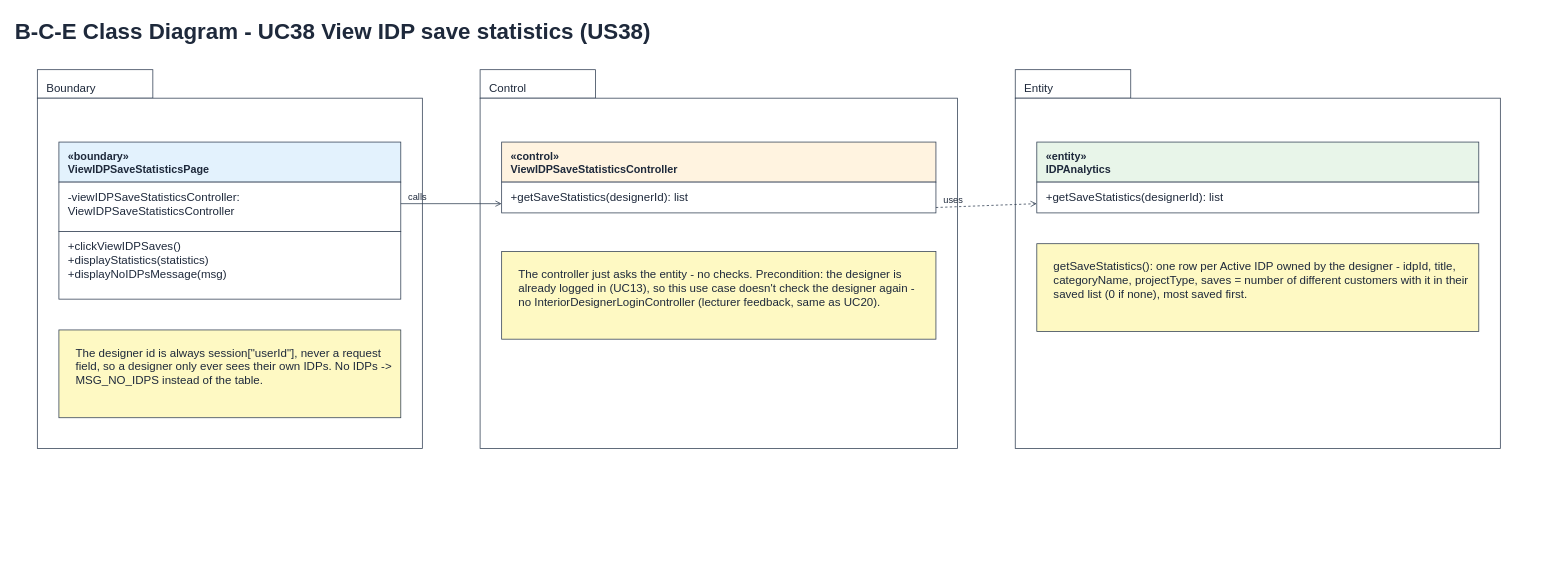
Hanzxc/CSIT314-ARCHSS keeps this draw.io diagram as page "5 BCE Class Diagram" (4 of 5) of Sprint_5/US38 - View IDP Save Statistics/US38 View IDP save statistics.drawio. Above is the earlier version. Source tidied: cells renumbered, new cells numbered last; positions are measured from the earlier drawing's top-left corner, leaving out a move shared by most shapes. Both pictures are drawn from the tidied source at 77%, with x=0, y=0 at pixel (13, 13).
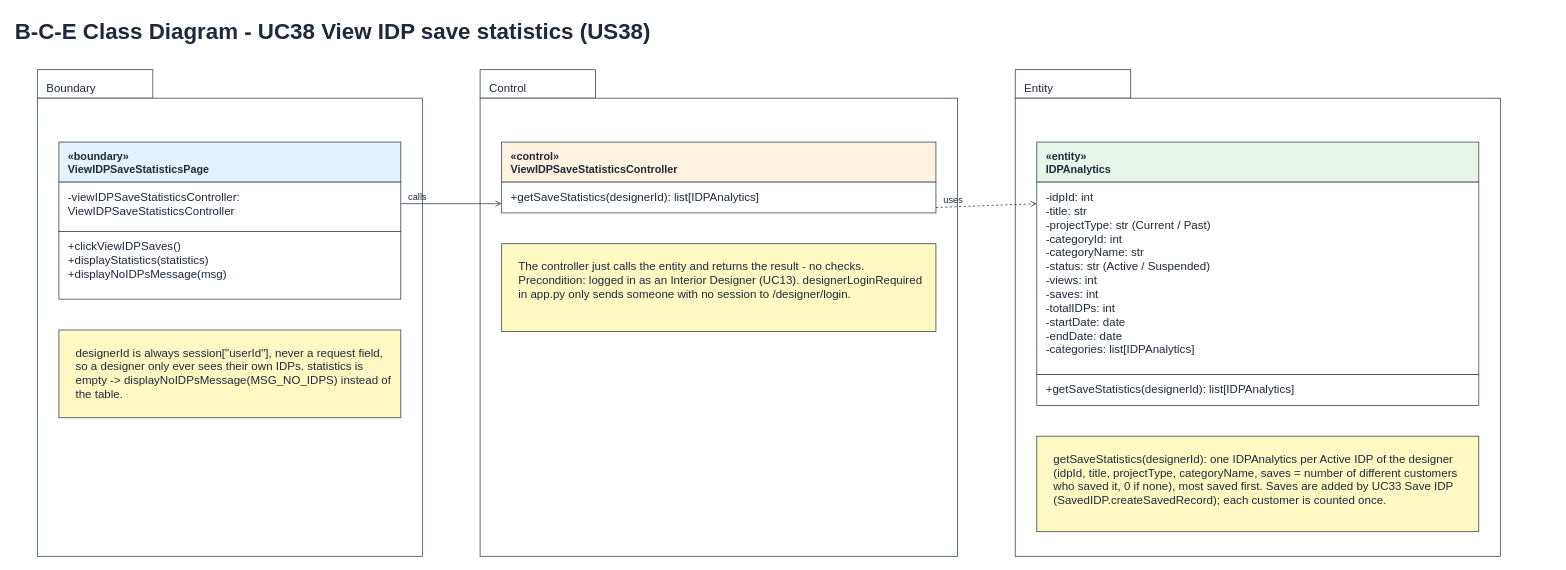
The same page after the edit.

Change to the diagram source:
```diff
@@
     <mxCell id="3" style="rounded=0;whiteSpace=wrap;html=1;fillColor=#ffffff;strokeColor=#334155;align=left;verticalAlign=top;spacingLeft=10;spacingTop=4;fontSize=15;fontColor=#1e293b;" parent="1" vertex="1">
-      <mxGeometry x="1301" y="110" width="630" height="455" as="geometry" />
+      <mxGeometry x="1301" y="110" width="630" height="595" as="geometry" />
     </mxCell>
@@
     <mxCell id="5" style="rounded=0;whiteSpace=wrap;html=1;fillColor=#ffffff;strokeColor=#334155;align=left;verticalAlign=top;spacingLeft=10;spacingTop=4;fontSize=15;fontColor=#1e293b;" parent="1" vertex="1">
-      <mxGeometry x="606" y="110" width="620" height="455" as="geometry" />
+      <mxGeometry x="606" y="110" width="620" height="595" as="geometry" />
     </mxCell>
@@
     <mxCell id="7" style="rounded=0;whiteSpace=wrap;html=1;fillColor=#ffffff;strokeColor=#334155;align=left;verticalAlign=top;spacingLeft=10;spacingTop=4;fontSize=15;fontColor=#1e293b;" parent="1" vertex="1">
-      <mxGeometry x="31" y="110" width="500" height="455" as="geometry" />
+      <mxGeometry x="31" y="110" width="500" height="595" as="geometry" />
     </mxCell>
@@
-    <mxCell id="12" value="The designer id is always session[&quot;userId&quot;], never a request field, so a designer only ever sees their own IDPs. No IDPs -&gt; MSG_NO_IDPS instead of the table." style="rounded=0;whiteSpace=wrap;html=1;fillColor=#fef9c3;strokeColor=#334155;align=left;verticalAlign=top;spacingLeft=10;spacingTop=4;fontSize=15;fontColor=#1e293b;whiteSpace=wrap;spacing=12;" parent="1" vertex="1">
+    <mxCell id="12" value="designerId is always session[&quot;userId&quot;], never a request field, so a designer only ever sees their own IDPs. statistics is empty -&gt; displayNoIDPsMessage(MSG_NO_IDPS) instead of the table." style="rounded=0;whiteSpace=wrap;html=1;fillColor=#fef9c3;strokeColor=#334155;align=left;verticalAlign=top;spacingLeft=10;spacingTop=4;fontSize=15;fontColor=#1e293b;whiteSpace=wrap;spacing=12;" parent="1" vertex="1">
       <mxGeometry x="59" y="411" width="444" height="114" as="geometry" />
     </mxCell>
@@
-    <mxCell id="14" value="+getSaveStatistics(designerId): list" style="rounded=0;whiteSpace=wrap;html=1;fillColor=#ffffff;strokeColor=#334155;align=left;verticalAlign=top;spacingLeft=10;spacingTop=4;fontSize=15;fontColor=#1e293b;" parent="1" vertex="1">
+    <mxCell id="14" value="+getSaveStatistics(designerId): list[IDPAnalytics]" style="rounded=0;whiteSpace=wrap;html=1;fillColor=#ffffff;strokeColor=#334155;align=left;verticalAlign=top;spacingLeft=10;spacingTop=4;fontSize=15;fontColor=#1e293b;" parent="1" vertex="1">
       <mxGeometry x="634" y="219" width="564" height="40" as="geometry" />
     </mxCell>
-    <mxCell id="15" value="The controller just asks the entity - no checks. Precondition: the designer is already logged in (UC13), so this use case doesn't check the designer again - no InteriorDesignerLoginController (lecturer feedback, same as UC20)." style="rounded=0;whiteSpace=wrap;html=1;fillColor=#fef9c3;strokeColor=#334155;align=left;verticalAlign=top;spacingLeft=10;spacingTop=4;fontSize=15;fontColor=#1e293b;whiteSpace=wrap;spacing=12;" parent="1" vertex="1">
-      <mxGeometry x="634" y="309" width="564" height="114" as="geometry" />
+    <mxCell id="15" value="The controller just calls the entity and returns the result - no checks. Precondition: logged in as an Interior Designer (UC13). designerLoginRequired in app.py only sends someone with no session to /designer/login." style="rounded=0;whiteSpace=wrap;html=1;fillColor=#fef9c3;strokeColor=#334155;align=left;verticalAlign=top;spacingLeft=10;spacingTop=4;fontSize=15;fontColor=#1e293b;whiteSpace=wrap;spacing=12;" parent="1" vertex="1">
+      <mxGeometry x="634" y="299" width="564" height="114" as="geometry" />
     </mxCell>
@@
+    <mxCell id="23" value="-idpId: int&lt;br&gt;-title: str&lt;br&gt;-projectType: str (Current / Past)&lt;br&gt;-categoryId: int&lt;br&gt;-categoryName: str&lt;br&gt;-status: str (Active / Suspended)&lt;br&gt;-views: int&lt;br&gt;-saves: int&lt;br&gt;-totalIDPs: int&lt;br&gt;-startDate: date&lt;br&gt;-endDate: date&lt;br&gt;-categories: list[IDPAnalytics]" style="rounded=0;whiteSpace=wrap;html=1;fillColor=#ffffff;strokeColor=#334155;align=left;verticalAlign=top;spacingLeft=10;spacingTop=4;fontSize=15;fontColor=#1e293b;" parent="1" vertex="1">
+      <mxGeometry x="1329" y="219" width="574" height="250" as="geometry" />
+    </mxCell>
-    <mxCell id="17" value="+getSaveStatistics(designerId): list" style="rounded=0;whiteSpace=wrap;html=1;fillColor=#ffffff;strokeColor=#334155;align=left;verticalAlign=top;spacingLeft=10;spacingTop=4;fontSize=15;fontColor=#1e293b;" parent="1" vertex="1">
-      <mxGeometry x="1329" y="219" width="574" height="40" as="geometry" />
+    <mxCell id="17" value="+getSaveStatistics(designerId): list[IDPAnalytics]" style="rounded=0;whiteSpace=wrap;html=1;fillColor=#ffffff;strokeColor=#334155;align=left;verticalAlign=top;spacingLeft=10;spacingTop=4;fontSize=15;fontColor=#1e293b;" parent="1" vertex="1">
+      <mxGeometry x="1329" y="469" width="574" height="40" as="geometry" />
     </mxCell>
-    <mxCell id="18" value="getSaveStatistics(): one row per Active IDP owned by the designer - idpId, title, categoryName, projectType, saves = number of different customers with it in their saved list (0 if none), most saved first." style="rounded=0;whiteSpace=wrap;html=1;fillColor=#fef9c3;strokeColor=#334155;align=left;verticalAlign=top;spacingLeft=10;spacingTop=4;fontSize=15;fontColor=#1e293b;whiteSpace=wrap;spacing=12;" parent="1" vertex="1">
-      <mxGeometry x="1329" y="299" width="574" height="114" as="geometry" />
+    <mxCell id="18" value="getSaveStatistics(designerId): one IDPAnalytics per Active IDP of the designer (idpId, title, projectType, categoryName, saves = number of different customers who saved it, 0 if none), most saved first. Saves are added by UC33 Save IDP (SavedIDP.createSavedRecord); each customer is counted once." style="rounded=0;whiteSpace=wrap;html=1;fillColor=#fef9c3;strokeColor=#334155;align=left;verticalAlign=top;spacingLeft=10;spacingTop=4;fontSize=15;fontColor=#1e293b;whiteSpace=wrap;spacing=12;" parent="1" vertex="1">
+      <mxGeometry x="1329" y="549" width="574" height="124" as="geometry" />
     </mxCell>
```
